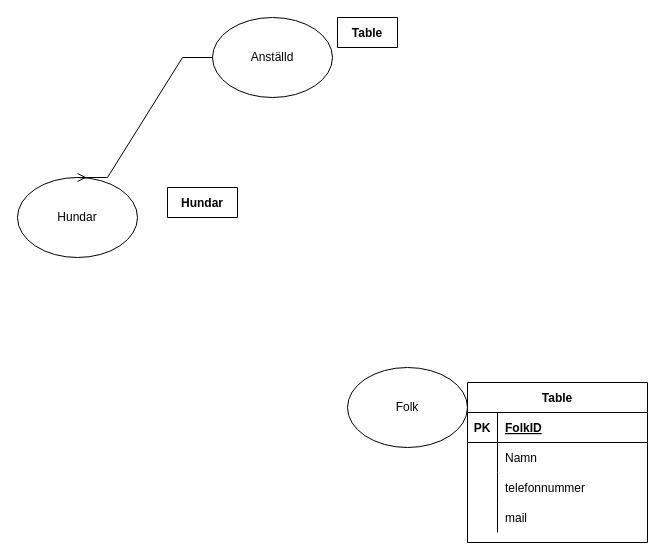
Earlier version of the draw.io diagram Untitled Diagram.drawio (KaptenSne/TestDemo). Source tidied: cells renumbered, new cells numbered last; positions are measured from the earlier drawing's top-left corner, leaving out a move shared by most shapes. Both pictures are drawn from the tidied source at 100%, with x=0, y=0 at pixel (17, 17).
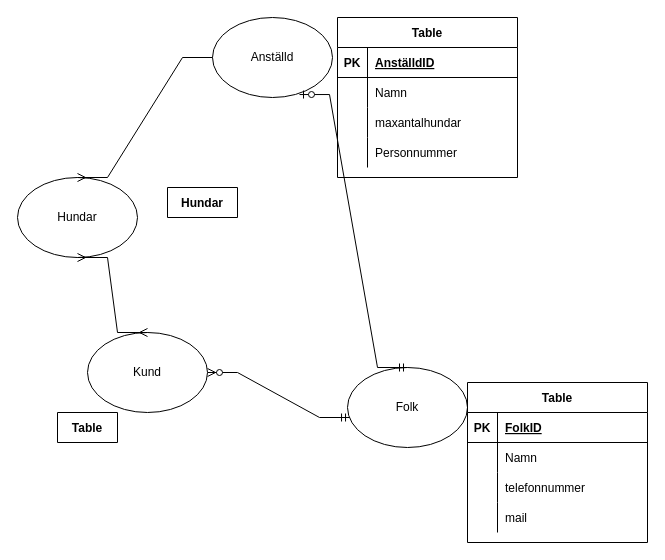
After the change.

The change refers to these unchanged cells:
```xml
<mxCell id="2" value="Hundar" style="ellipse;whiteSpace=wrap;html=1;" parent="1" vertex="1">
  <mxGeometry y="160" width="120" height="80" as="geometry" />
</mxCell>
<mxCell id="4" value="Anställd" style="ellipse;whiteSpace=wrap;html=1;" parent="1" vertex="1">
  <mxGeometry x="195" width="120" height="80" as="geometry" />
</mxCell>
<mxCell id="7" value="Folk" style="ellipse;whiteSpace=wrap;html=1;" parent="1" vertex="1">
  <mxGeometry x="330" y="350" width="120" height="80" as="geometry" />
</mxCell>
```

Change to the diagram source:
```diff
@@
-    <mxCell id="5" value="Table" style="shape=table;startSize=30;childLayout=tableLayout;rowLines=0;fontStyle=1;align=center;" parent="1" vertex="1" collapsed="1">
-      <mxGeometry x="320" width="60" height="30" as="geometry" />
+    <mxCell id="5" value="Table" style="shape=table;startSize=30;childLayout=tableLayout;rowLines=0;fontStyle=1;align=center;" parent="1" vertex="1">
+      <mxGeometry x="320" width="180" height="160" as="geometry" />
     </mxCell>
+    <mxCell id="21" style="shape=partialRectangle;fillColor=none;top=0;left=0;bottom=1;right=0;" parent="5" vertex="1">
+      <mxGeometry y="30" width="180" height="30" as="geometry" />
+    </mxCell>
+    <mxCell id="22" value="PK" style="shape=partialRectangle;fillColor=none;top=0;left=0;bottom=0;right=0;fontStyle=1;overflow=hidden;" parent="21" vertex="1">
+      <mxGeometry width="30" height="30" as="geometry" />
+    </mxCell>
+    <mxCell id="23" value="AnställdID" style="shape=partialRectangle;fillColor=none;top=0;left=0;bottom=0;right=0;align=left;spacingLeft=6;fontStyle=5;overflow=hidden;" parent="21" vertex="1">
+      <mxGeometry x="30" width="150" height="30" as="geometry" />
+    </mxCell>
+    <mxCell id="24" style="shape=partialRectangle;fillColor=none;top=0;left=0;bottom=0;right=0;" parent="5" vertex="1">
+      <mxGeometry y="60" width="180" height="30" as="geometry" />
+    </mxCell>
+    <mxCell id="25" style="shape=partialRectangle;fillColor=none;top=0;left=0;bottom=0;right=0;overflow=hidden;" parent="24" vertex="1">
+      <mxGeometry width="30" height="30" as="geometry" />
+    </mxCell>
+    <mxCell id="26" value="Namn" style="shape=partialRectangle;fillColor=none;top=0;left=0;bottom=0;right=0;align=left;spacingLeft=6;overflow=hidden;" parent="24" vertex="1">
+      <mxGeometry x="30" width="150" height="30" as="geometry" />
+    </mxCell>
+    <mxCell id="27" style="shape=partialRectangle;fillColor=none;top=0;left=0;bottom=0;right=0;" parent="5" vertex="1">
+      <mxGeometry y="90" width="180" height="30" as="geometry" />
+    </mxCell>
+    <mxCell id="28" style="shape=partialRectangle;fillColor=none;top=0;left=0;bottom=0;right=0;overflow=hidden;" parent="27" vertex="1">
+      <mxGeometry width="30" height="30" as="geometry" />
+    </mxCell>
+    <mxCell id="29" value="maxantalhundar" style="shape=partialRectangle;fillColor=none;top=0;left=0;bottom=0;right=0;align=left;spacingLeft=6;overflow=hidden;" parent="27" vertex="1">
+      <mxGeometry x="30" width="150" height="30" as="geometry" />
+    </mxCell>
+    <mxCell id="30" style="shape=partialRectangle;fillColor=none;top=0;left=0;bottom=0;right=0;" parent="5" vertex="1">
+      <mxGeometry y="120" width="180" height="30" as="geometry" />
+    </mxCell>
+    <mxCell id="31" style="shape=partialRectangle;fillColor=none;top=0;left=0;bottom=0;right=0;overflow=hidden;" parent="30" vertex="1">
+      <mxGeometry width="30" height="30" as="geometry" />
+    </mxCell>
+    <mxCell id="32" value="Personnummer" style="shape=partialRectangle;fillColor=none;top=0;left=0;bottom=0;right=0;align=left;spacingLeft=6;overflow=hidden;" parent="30" vertex="1">
+      <mxGeometry x="30" width="150" height="30" as="geometry" />
+    </mxCell>
@@
+    <mxCell id="33" style="edgeStyle=entityRelationEdgeStyle;fontSize=12;html=1;endArrow=ERzeroToOne;startArrow=ERmandOne;rounded=0;entryX=0.725;entryY=0.963;entryDx=0;entryDy=0;entryPerimeter=0;exitX=0.5;exitY=0;exitDx=0;exitDy=0;" parent="1" edge="1" source="7" target="4">
+      <mxGeometry relative="1" as="geometry" />
+    </mxCell>
+    <mxCell id="34" style="edgeStyle=entityRelationEdgeStyle;fontSize=12;html=1;endArrow=ERzeroToMany;startArrow=ERmandOne;rounded=0;exitX=0.017;exitY=0.625;exitDx=0;exitDy=0;exitPerimeter=0;" parent="1" edge="1" source="7" target="35">
+      <mxGeometry relative="1" as="geometry" />
+    </mxCell>
+    <mxCell id="35" value="Kund" style="ellipse;whiteSpace=wrap;html=1;" parent="1" vertex="1">
+      <mxGeometry x="70" y="315" width="120" height="80" as="geometry" />
+    </mxCell>
+    <mxCell id="36" value="Table" style="shape=table;startSize=30;childLayout=tableLayout;rowLines=0;fontStyle=1;align=center;" parent="1" vertex="1" collapsed="1">
+      <mxGeometry x="40" y="395" width="60" height="30" as="geometry" />
+    </mxCell>
+    <mxCell id="37" style="edgeStyle=entityRelationEdgeStyle;fontSize=12;html=1;endArrow=ERmany;startArrow=ERmany;rounded=0;exitX=0.5;exitY=0;exitDx=0;exitDy=0;entryX=0.5;entryY=1;entryDx=0;entryDy=0;" parent="1" edge="1" source="35" target="2">
+      <mxGeometry relative="1" as="geometry" />
+    </mxCell>
```
